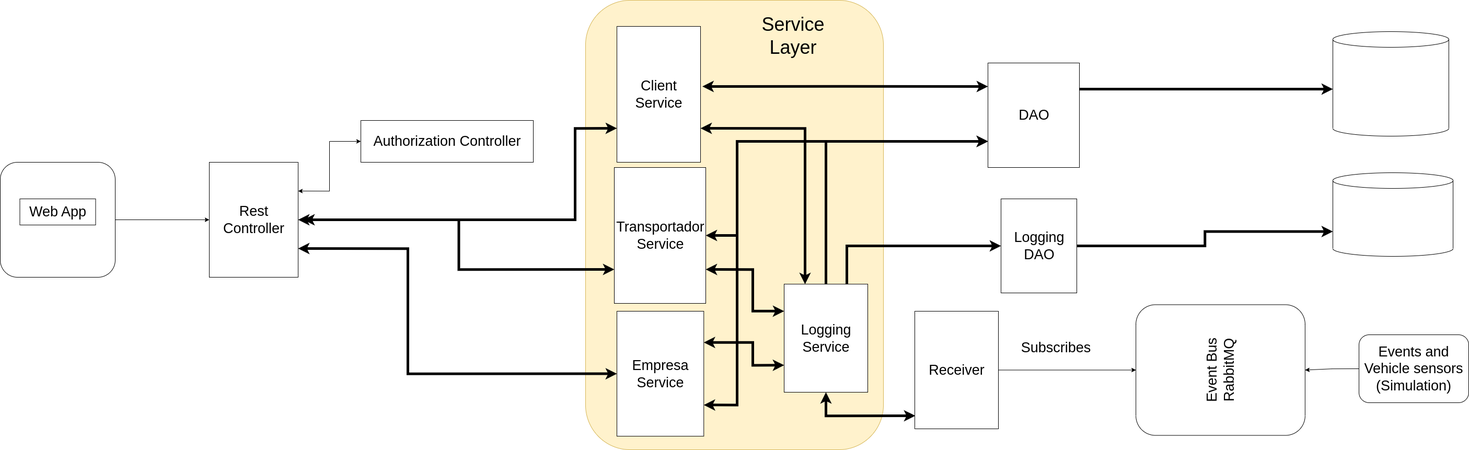
This is reports/diagrams/architecture.png from RLPR-org/LogiPack, a draw.io export, as it was before one commit. Source tidied: cells renumbered, new cells last; positions are measured from the earlier drawing's top-left corner, leaving out a move shared by most shapes.
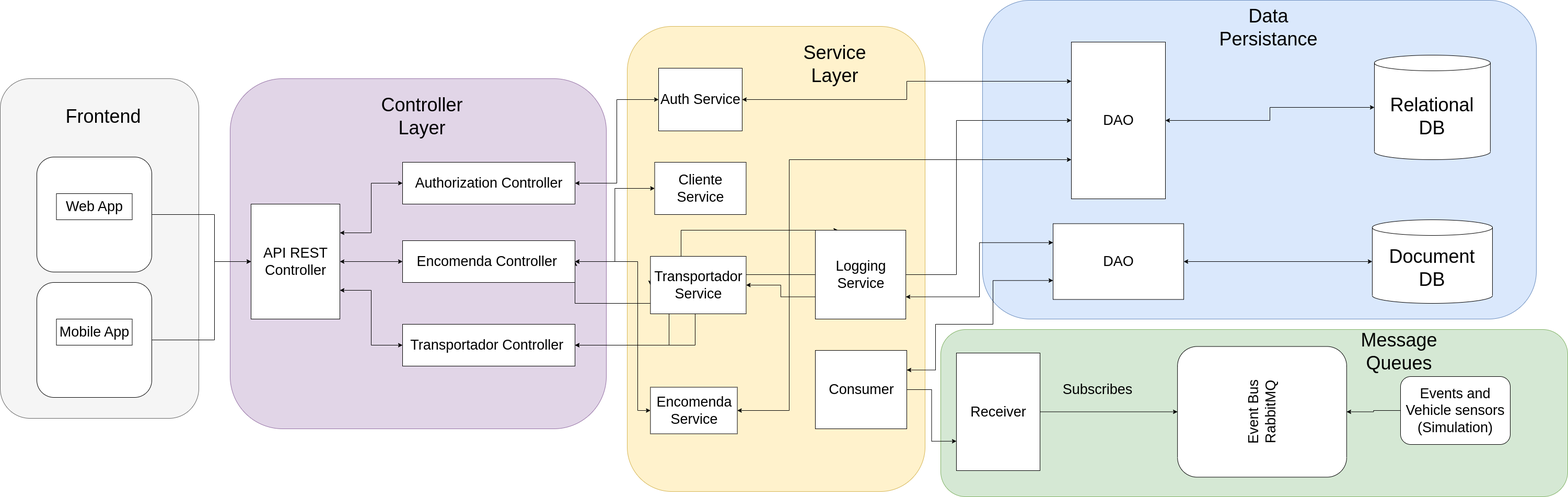
After the change.

Change to the diagram source:
```diff
@@ -4,4 +4,16 @@
     <mxCell id="1" parent="0" />
+    <mxCell id="39" style="rounded=1;whiteSpace=wrap;html=1;fillColor=#f5f5f5;strokeColor=#666666;fontColor=#333333;" parent="1" vertex="1">
+      <mxGeometry x="-80" y="70" width="380" height="650" as="geometry" />
+    </mxCell>
+    <mxCell id="40" style="rounded=1;whiteSpace=wrap;html=1;fillColor=#d5e8d4;strokeColor=#82b366;" parent="1" vertex="1">
+      <mxGeometry x="1720" y="550" width="1200" height="320" as="geometry" />
+    </mxCell>
+    <mxCell id="41" style="rounded=1;whiteSpace=wrap;html=1;fillColor=#e1d5e7;strokeColor=#9673a6;" parent="1" vertex="1">
+      <mxGeometry x="360" y="70" width="720" height="670" as="geometry" />
+    </mxCell>
+    <mxCell id="42" style="rounded=1;whiteSpace=wrap;html=1;fillColor=#dae8fc;strokeColor=#6c8ebf;" parent="1" vertex="1">
+      <mxGeometry x="1800" y="-80" width="1060" height="610" as="geometry" />
+    </mxCell>
     <mxCell id="2" style="rounded=1;whiteSpace=wrap;html=1;fillColor=#fff2cc;strokeColor=#d6b656;" parent="1" vertex="1">
-      <mxGeometry x="1120" width="570" height="860" as="geometry" />
+      <mxGeometry x="1120" y="-30" width="570" height="890" as="geometry" />
     </mxCell>
@@ -19,5 +31,5 @@
     </mxCell>
-    <mxCell id="7" style="edgeStyle=orthogonalEdgeStyle;rounded=0;jettySize=auto;html=1;exitX=0.006;exitY=0.889;exitDx=0;exitDy=0;entryX=0.5;entryY=1;entryDx=0;entryDy=0;strokeWidth=5;fontSize=27;startArrow=classic;startFill=1;exitPerimeter=0;" parent="1" edge="1" source="8" target="27">
-      <mxGeometry relative="1" as="geometry" />
-    </mxCell>
+    <mxCell id="43" style="edgeStyle=orthogonalEdgeStyle;rounded=0;jettySize=auto;html=1;exitX=0;exitY=0.75;exitDx=0;exitDy=0;entryX=1;entryY=0.5;entryDx=0;entryDy=0;startArrow=classic;startFill=1;endArrow=none;endFill=0;" parent="1" edge="1" source="8" target="58">
+      <mxGeometry relative="1" as="geometry" />
+    </mxCell>
     <mxCell id="8" value="Receiver" style="html=1;fontSize=27;" parent="1" vertex="1">
@@ -28,11 +40,2 @@
     </mxCell>
-    <mxCell id="10" style="group;" parent="1" vertex="1">
-      <mxGeometry y="270" width="220" height="260" as="geometry" />
-    </mxCell>
-    <mxCell id="11" style="rounded=1;whiteSpace=wrap;html=1;" parent="10" vertex="1">
-      <mxGeometry y="40" width="220" height="220" as="geometry" />
-    </mxCell>
-    <mxCell id="12" value="Web App" style="html=1;fontSize=27;" parent="10" vertex="1">
-      <mxGeometry x="37.5" y="110" width="145" height="50" as="geometry" />
-    </mxCell>
     <mxCell id="13" style="edgeStyle=orthogonalEdgeStyle;rounded=0;jettySize=auto;html=1;exitX=1;exitY=0.25;exitDx=0;exitDy=0;entryX=0;entryY=0.5;entryDx=0;entryDy=0;fontSize=27;startArrow=classic;startFill=1;" parent="1" edge="1" source="16" target="18">
@@ -40,16 +43,9 @@
     </mxCell>
-    <mxCell id="14" style="edgeStyle=orthogonalEdgeStyle;rounded=0;jumpSize=6;jettySize=auto;html=1;entryX=0;entryY=0.75;entryDx=0;entryDy=0;strokeWidth=5;startArrow=classic;startFill=1;" parent="1" edge="1" target="32">
-      <mxGeometry relative="1" as="geometry">
-        <mxPoint x="580" y="420" as="sourcePoint" />
-      </mxGeometry>
-    </mxCell>
-    <mxCell id="15" style="edgeStyle=orthogonalEdgeStyle;rounded=0;jumpSize=6;jettySize=auto;html=1;exitX=1;exitY=0.75;exitDx=0;exitDy=0;entryX=0;entryY=0.5;entryDx=0;entryDy=0;strokeWidth=5;startArrow=classic;startFill=1;" parent="1" edge="1" source="16" target="35">
-      <mxGeometry relative="1" as="geometry">
-        <Array as="points">
-          <mxPoint x="780" y="475" />
-          <mxPoint x="780" y="714" />
-        </Array>
-      </mxGeometry>
-    </mxCell>
+    <mxCell id="44" style="edgeStyle=orthogonalEdgeStyle;rounded=0;jettySize=auto;html=1;exitX=1;exitY=0.5;exitDx=0;exitDy=0;entryX=0;entryY=0.5;entryDx=0;entryDy=0;startArrow=classic;startFill=1;" parent="1" edge="1" source="16" target="54">
+      <mxGeometry relative="1" as="geometry" />
+    </mxCell>
+    <mxCell id="45" style="edgeStyle=orthogonalEdgeStyle;rounded=0;jettySize=auto;html=1;exitX=1;exitY=0.75;exitDx=0;exitDy=0;entryX=0;entryY=0.5;entryDx=0;entryDy=0;startArrow=classic;startFill=1;" parent="1" edge="1" source="16" target="56">
+      <mxGeometry relative="1" as="geometry" />
+    </mxCell>
-    <mxCell id="16" value="Rest&lt;br&gt;Controller" style="html=1;fontSize=27;" parent="1" vertex="1">
+    <mxCell id="16" value="API REST&lt;br&gt;Controller" style="html=1;fontSize=27;" parent="1" vertex="1">
       <mxGeometry x="400" y="310" width="170" height="220" as="geometry" />
@@ -57,4 +53,12 @@
     <mxCell id="17" style="edgeStyle=orthogonalEdgeStyle;rounded=0;jettySize=auto;html=1;exitX=1;exitY=0.5;exitDx=0;exitDy=0;entryX=0;entryY=0.5;entryDx=0;entryDy=0;fontSize=27;" parent="1" edge="1" source="11" target="16">
-      <mxGeometry relative="1" as="geometry" />
+      <mxGeometry relative="1" as="geometry">
+        <Array as="points">
+          <mxPoint x="330" y="330" />
+          <mxPoint x="330" y="420" />
+        </Array>
+      </mxGeometry>
     </mxCell>
+    <mxCell id="46" style="edgeStyle=orthogonalEdgeStyle;rounded=0;jettySize=auto;html=1;exitX=1;exitY=0.5;exitDx=0;exitDy=0;entryX=0;entryY=0.5;entryDx=0;entryDy=0;startArrow=classic;startFill=1;" parent="1" edge="1" source="18" target="24">
+      <mxGeometry relative="1" as="geometry" />
+    </mxCell>
     <mxCell id="18" value="Authorization Controller" style="html=1;fontSize=27;fillColor=#FFFFFF;" parent="1" vertex="1">
@@ -62,94 +66,153 @@
     </mxCell>
-    <mxCell id="19" style="edgeStyle=orthogonalEdgeStyle;rounded=0;jettySize=auto;html=1;exitX=1;exitY=0.5;exitDx=0;exitDy=0;strokeWidth=5;fontSize=27;startArrow=classic;startFill=1;entryX=0;entryY=0.75;entryDx=0;entryDy=0;" parent="1" edge="1" source="16" target="24">
-      <mxGeometry relative="1" as="geometry">
-        <Array as="points">
-          <mxPoint x="1100" y="420" />
-          <mxPoint x="1100" y="245" />
-        </Array>
-      </mxGeometry>
-    </mxCell>
-    <mxCell id="20" style="edgeStyle=orthogonalEdgeStyle;rounded=0;jumpSize=6;jettySize=auto;html=1;exitX=1;exitY=0.25;exitDx=0;exitDy=0;strokeWidth=5;" parent="1" edge="1" source="21">
-      <mxGeometry relative="1" as="geometry">
-        <mxPoint x="2550" y="170" as="targetPoint" />
-        <Array as="points">
-          <mxPoint x="2530" y="170" />
-        </Array>
-      </mxGeometry>
-    </mxCell>
+    <mxCell id="47" style="edgeStyle=orthogonalEdgeStyle;rounded=0;jettySize=auto;html=1;exitX=0;exitY=0.25;exitDx=0;exitDy=0;entryX=1;entryY=0.5;entryDx=0;entryDy=0;startArrow=classic;startFill=1;" parent="1" edge="1" source="21" target="24">
+      <mxGeometry relative="1" as="geometry" />
+    </mxCell>
+    <mxCell id="48" style="edgeStyle=orthogonalEdgeStyle;rounded=0;jettySize=auto;html=1;exitX=1;exitY=0.5;exitDx=0;exitDy=0;entryX=0;entryY=0.5;entryDx=0;entryDy=0;entryPerimeter=0;startArrow=classic;startFill=1;endArrow=classic;endFill=1;" parent="1" edge="1" source="21" target="37">
+      <mxGeometry relative="1" as="geometry" />
+    </mxCell>
+    <mxCell id="49" style="edgeStyle=orthogonalEdgeStyle;rounded=0;jettySize=auto;html=1;exitX=0;exitY=0.75;exitDx=0;exitDy=0;entryX=1;entryY=0.5;entryDx=0;entryDy=0;startArrow=classic;startFill=1;endArrow=classic;endFill=1;" parent="1" edge="1" source="21" target="59">
+      <mxGeometry relative="1" as="geometry">
+        <Array as="points">
+          <mxPoint x="1430" y="225" />
+          <mxPoint x="1430" y="705" />
+        </Array>
+      </mxGeometry>
+    </mxCell>
     <mxCell id="21" value="DAO" style="html=1;fontSize=27;fillColor=#FFFFFF;" parent="1" vertex="1">
-      <mxGeometry x="1890" y="120" width="175" height="200" as="geometry" />
+      <mxGeometry x="1970" width="180" height="300" as="geometry" />
     </mxCell>
-    <mxCell id="22" style="edgeStyle=orthogonalEdgeStyle;rounded=0;jettySize=auto;html=1;strokeWidth=5;fontSize=27;startArrow=classic;startFill=1;exitX=1.022;exitY=0.442;exitDx=0;exitDy=0;exitPerimeter=0;" parent="1" edge="1" source="24">
-      <mxGeometry relative="1" as="geometry">
-        <mxPoint x="1890" y="165" as="targetPoint" />
-      </mxGeometry>
-    </mxCell>
-    <mxCell id="23" style="edgeStyle=orthogonalEdgeStyle;rounded=0;jumpSize=6;jettySize=auto;html=1;exitX=1;exitY=0.75;exitDx=0;exitDy=0;entryX=0.25;entryY=0;entryDx=0;entryDy=0;strokeWidth=5;startArrow=classic;startFill=1;" parent="1" edge="1" source="24" target="27">
-      <mxGeometry relative="1" as="geometry" />
-    </mxCell>
-    <mxCell id="24" value="Client &lt;br&gt;Service" style="html=1;fontSize=27;fillColor=#FFFFFF;" parent="1" vertex="1">
-      <mxGeometry x="1180" y="50" width="160" height="260" as="geometry" />
+    <mxCell id="24" value="Auth Service" style="html=1;fontSize=27;fillColor=#FFFFFF;" parent="1" vertex="1">
+      <mxGeometry x="1180" y="50" width="160" height="120" as="geometry" />
     </mxCell>
-    <mxCell id="25" style="edgeStyle=orthogonalEdgeStyle;rounded=0;jettySize=auto;html=1;exitX=0.5;exitY=0;exitDx=0;exitDy=0;jumpSize=6;strokeWidth=5;entryX=0;entryY=0.75;entryDx=0;entryDy=0;" parent="1" edge="1" source="27" target="21">
-      <mxGeometry relative="1" as="geometry" />
-    </mxCell>
-    <mxCell id="26" style="edgeStyle=orthogonalEdgeStyle;rounded=0;jumpSize=6;jettySize=auto;html=1;exitX=0.75;exitY=0;exitDx=0;exitDy=0;entryX=0;entryY=0.5;entryDx=0;entryDy=0;strokeWidth=5;" parent="1" edge="1" source="27" target="29">
-      <mxGeometry relative="1" as="geometry" />
-    </mxCell>
-    <mxCell id="27" value="Logging &lt;br&gt;Service" style="html=1;fontSize=27;fillColor=#FFFFFF;" parent="1" vertex="1">
-      <mxGeometry x="1500" y="543.1" width="160" height="206.9" as="geometry" />
-    </mxCell>
-    <mxCell id="28" style="edgeStyle=orthogonalEdgeStyle;rounded=0;jumpSize=6;jettySize=auto;html=1;exitX=1;exitY=0.5;exitDx=0;exitDy=0;strokeWidth=5;entryX=0;entryY=0;entryDx=0;entryDy=112.5;entryPerimeter=0;" parent="1" edge="1" source="29" target="38">
-      <mxGeometry relative="1" as="geometry" />
-    </mxCell>
-    <mxCell id="29" value="Logging &lt;br&gt;DAO" style="html=1;fontSize=27;fillColor=#FFFFFF;" parent="1" vertex="1">
-      <mxGeometry x="1915" y="380" width="145" height="180" as="geometry" />
-    </mxCell>
-    <mxCell id="30" style="edgeStyle=orthogonalEdgeStyle;rounded=0;jumpSize=6;jettySize=auto;html=1;exitX=1;exitY=0.75;exitDx=0;exitDy=0;entryX=0;entryY=0.25;entryDx=0;entryDy=0;strokeWidth=5;startArrow=classic;startFill=1;" parent="1" edge="1" source="32" target="27">
-      <mxGeometry relative="1" as="geometry">
-        <Array as="points">
-          <mxPoint x="1440" y="515" />
-          <mxPoint x="1440" y="595" />
-        </Array>
-      </mxGeometry>
-    </mxCell>
-    <mxCell id="31" style="edgeStyle=orthogonalEdgeStyle;rounded=0;jumpSize=6;jettySize=auto;html=1;exitX=1;exitY=0.5;exitDx=0;exitDy=0;entryX=0;entryY=0.75;entryDx=0;entryDy=0;strokeWidth=5;startArrow=classic;startFill=1;" parent="1" edge="1" source="32" target="21">
-      <mxGeometry relative="1" as="geometry">
-        <Array as="points">
-          <mxPoint x="1410" y="450" />
-          <mxPoint x="1410" y="270" />
-        </Array>
-      </mxGeometry>
-    </mxCell>
-    <mxCell id="32" value="Transportador &lt;br&gt;Service" style="html=1;fontSize=27;fillColor=#FFFFFF;" parent="1" vertex="1">
-      <mxGeometry x="1175" y="320" width="175" height="260" as="geometry" />
+    <mxCell id="32" value="Cliente&lt;br&gt;Service" style="html=1;fontSize=27;fillColor=#FFFFFF;" parent="1" vertex="1">
+      <mxGeometry x="1172.5" y="230" width="175" height="100" as="geometry" />
     </mxCell>
-    <mxCell id="33" style="edgeStyle=orthogonalEdgeStyle;rounded=0;jumpSize=6;jettySize=auto;html=1;exitX=1;exitY=0.25;exitDx=0;exitDy=0;entryX=0;entryY=0.75;entryDx=0;entryDy=0;strokeWidth=5;startArrow=classic;startFill=1;" parent="1" edge="1" source="35" target="27">
-      <mxGeometry relative="1" as="geometry">
-        <Array as="points">
-          <mxPoint x="1440" y="655" />
-          <mxPoint x="1440" y="698" />
-        </Array>
-      </mxGeometry>
-    </mxCell>
-    <mxCell id="34" style="edgeStyle=orthogonalEdgeStyle;rounded=0;jumpSize=6;jettySize=auto;html=1;exitX=1;exitY=0.75;exitDx=0;exitDy=0;entryX=0;entryY=0.75;entryDx=0;entryDy=0;strokeWidth=5;startArrow=classic;startFill=1;" parent="1" edge="1" source="35" target="21">
-      <mxGeometry relative="1" as="geometry">
-        <Array as="points">
-          <mxPoint x="1410" y="774" />
-          <mxPoint x="1410" y="270" />
-        </Array>
-      </mxGeometry>
-    </mxCell>
-    <mxCell id="35" value="Empresa&lt;br&gt;Service" style="html=1;fontSize=27;fillColor=#FFFFFF;" parent="1" vertex="1">
-      <mxGeometry x="1180" y="595" width="166.2" height="239.1" as="geometry" />
-    </mxCell>
     <mxCell id="36" value="&lt;font style=&quot;font-size: 36px;&quot;&gt;Service Layer&lt;/font&gt;" style="text;html=1;strokeColor=none;fillColor=none;align=center;verticalAlign=middle;whiteSpace=wrap;rounded=0;" parent="1" vertex="1">
-      <mxGeometry x="1410" y="26.2" width="215" height="83.8" as="geometry" />
+      <mxGeometry x="1410" width="215" height="83.8" as="geometry" />
     </mxCell>
     <mxCell id="37" style="shape=cylinder3;whiteSpace=wrap;html=1;boundedLbl=1;backgroundOutline=1;size=15;" parent="1" vertex="1">
-      <mxGeometry x="2550" y="60" width="221.9" height="200" as="geometry" />
+      <mxGeometry x="2550" y="25" width="221.9" height="200" as="geometry" />
     </mxCell>
     <mxCell id="38" style="shape=cylinder3;whiteSpace=wrap;html=1;boundedLbl=1;backgroundOutline=1;size=15;" parent="1" vertex="1">
-      <mxGeometry x="2550" y="330" width="230" height="160" as="geometry" />
+      <mxGeometry x="2545.9" y="340" width="230" height="160" as="geometry" />
     </mxCell>
+    <mxCell id="50" style="edgeStyle=orthogonalEdgeStyle;rounded=0;jettySize=auto;html=1;exitX=1;exitY=0.5;exitDx=0;exitDy=0;entryX=0;entryY=0.5;entryDx=0;entryDy=0;" parent="1" edge="1" source="72" target="16">
+      <mxGeometry relative="1" as="geometry">
+        <Array as="points">
+          <mxPoint x="330" y="570" />
+          <mxPoint x="330" y="420" />
+        </Array>
+      </mxGeometry>
+    </mxCell>
+    <mxCell id="51" style="edgeStyle=orthogonalEdgeStyle;rounded=0;jettySize=auto;html=1;exitX=1;exitY=0.5;exitDx=0;exitDy=0;entryX=0;entryY=0.5;entryDx=0;entryDy=0;startArrow=classic;startFill=1;" parent="1" edge="1" source="54" target="32">
+      <mxGeometry relative="1" as="geometry" />
+    </mxCell>
+    <mxCell id="52" style="edgeStyle=orthogonalEdgeStyle;rounded=0;jettySize=auto;html=1;exitX=1;exitY=0.5;exitDx=0;exitDy=0;entryX=0;entryY=0.5;entryDx=0;entryDy=0;startArrow=classic;startFill=1;endArrow=classic;endFill=1;" parent="1" edge="1" source="54" target="59">
+      <mxGeometry relative="1" as="geometry">
+        <Array as="points">
+          <mxPoint x="1140" y="420" />
+          <mxPoint x="1140" y="705" />
+        </Array>
+      </mxGeometry>
+    </mxCell>
+    <mxCell id="53" style="edgeStyle=orthogonalEdgeStyle;rounded=0;jettySize=auto;html=1;exitX=1;exitY=0.5;exitDx=0;exitDy=0;entryX=0.25;entryY=0;entryDx=0;entryDy=0;startArrow=classic;startFill=1;endArrow=classic;endFill=1;" parent="1" edge="1" source="54" target="35">
+      <mxGeometry relative="1" as="geometry">
+        <Array as="points">
+          <mxPoint x="1020" y="500" />
+          <mxPoint x="1223" y="500" />
+        </Array>
+      </mxGeometry>
+    </mxCell>
+    <mxCell id="54" value="Encomenda Controller&amp;nbsp;" style="html=1;fontSize=27;fillColor=#FFFFFF;" parent="1" vertex="1">
+      <mxGeometry x="690" y="380" width="330" height="80" as="geometry" />
+    </mxCell>
+    <mxCell id="55" style="edgeStyle=orthogonalEdgeStyle;rounded=0;jettySize=auto;html=1;exitX=1;exitY=0.5;exitDx=0;exitDy=0;entryX=0;entryY=0.5;entryDx=0;entryDy=0;startArrow=classic;startFill=1;endArrow=none;endFill=0;" parent="1" edge="1" source="56" target="35">
+      <mxGeometry relative="1" as="geometry" />
+    </mxCell>
+    <mxCell id="56" value="Transportador Controller&amp;nbsp;" style="html=1;fontSize=27;fillColor=#FFFFFF;" parent="1" vertex="1">
+      <mxGeometry x="690" y="540" width="330" height="80" as="geometry" />
+    </mxCell>
+    <mxCell id="57" style="edgeStyle=orthogonalEdgeStyle;rounded=0;jettySize=auto;html=1;exitX=1;exitY=0.25;exitDx=0;exitDy=0;entryX=0;entryY=0.75;entryDx=0;entryDy=0;startArrow=classic;startFill=1;endArrow=classic;endFill=1;" parent="1" edge="1" source="58" target="65">
+      <mxGeometry relative="1" as="geometry">
+        <Array as="points">
+          <mxPoint x="1710" y="628" />
+          <mxPoint x="1710" y="540" />
+          <mxPoint x="1820" y="540" />
+          <mxPoint x="1820" y="456" />
+        </Array>
+      </mxGeometry>
+    </mxCell>
+    <mxCell id="58" value="Consumer" style="html=1;fontSize=27;fillColor=#FFFFFF;" parent="1" vertex="1">
+      <mxGeometry x="1480" y="590" width="175" height="150" as="geometry" />
+    </mxCell>
+    <mxCell id="59" value="Encomenda&lt;br&gt;Service" style="html=1;fontSize=27;fillColor=#FFFFFF;" parent="1" vertex="1">
+      <mxGeometry x="1164.4" y="660.5" width="166.2" height="89.1" as="geometry" />
+    </mxCell>
+    <mxCell id="60" style="edgeStyle=orthogonalEdgeStyle;rounded=0;jettySize=auto;html=1;exitX=0;exitY=0.5;exitDx=0;exitDy=0;entryX=1;entryY=0.5;entryDx=0;entryDy=0;startArrow=classic;startFill=1;endArrow=classic;endFill=1;" parent="1" edge="1" source="61" target="56">
+      <mxGeometry relative="1" as="geometry">
+        <Array as="points">
+          <mxPoint x="1200" y="455" />
+          <mxPoint x="1200" y="580" />
+        </Array>
+      </mxGeometry>
+    </mxCell>
+    <mxCell id="34" style="edgeStyle=orthogonalEdgeStyle;rounded=0;jettySize=auto;html=1;exitX=1;exitY=0.5;exitDx=0;exitDy=0;startArrow=none;startFill=1;endArrow=classic;endFill=1;" parent="1" edge="1" source="35" target="21">
+      <mxGeometry relative="1" as="geometry">
+        <Array as="points">
+          <mxPoint x="1750" y="445" />
+          <mxPoint x="1750" y="150" />
+        </Array>
+      </mxGeometry>
+    </mxCell>
+    <mxCell id="61" value="Transportador&lt;br&gt;Service" style="html=1;fontSize=27;fillColor=#FFFFFF;" parent="1" vertex="1">
+      <mxGeometry x="1164.4" y="410" width="183.1" height="110" as="geometry" />
+    </mxCell>
+    <mxCell id="62" style="edgeStyle=orthogonalEdgeStyle;rounded=0;jettySize=auto;html=1;exitX=1;exitY=0.75;exitDx=0;exitDy=0;entryX=0;entryY=0.25;entryDx=0;entryDy=0;startArrow=classic;startFill=1;endArrow=classic;endFill=1;" parent="1" edge="1" source="35" target="65">
+      <mxGeometry relative="1" as="geometry" />
+    </mxCell>
+    <mxCell id="35" value="Logging&lt;br&gt;Service" style="html=1;fontSize=27;fillColor=#FFFFFF;" parent="1" vertex="1">
+      <mxGeometry x="1480" y="360" width="173.1" height="170" as="geometry" />
+    </mxCell>
+    <mxCell id="63" style="edgeStyle=orthogonalEdgeStyle;rounded=0;jettySize=auto;html=1;exitX=1;exitY=0.5;exitDx=0;exitDy=0;startArrow=classic;startFill=1;endArrow=none;endFill=1;entryX=0;entryY=0.75;entryDx=0;entryDy=0;" parent="1" edge="1" source="61" target="35">
+      <mxGeometry relative="1" as="geometry" />
+    </mxCell>
+    <mxCell id="64" style="edgeStyle=orthogonalEdgeStyle;rounded=0;jettySize=auto;html=1;exitX=1;exitY=0.5;exitDx=0;exitDy=0;entryX=0;entryY=0.5;entryDx=0;entryDy=0;entryPerimeter=0;startArrow=classic;startFill=1;endArrow=classic;endFill=1;" parent="1" edge="1" source="65" target="38">
+      <mxGeometry relative="1" as="geometry" />
+    </mxCell>
+    <mxCell id="65" value="DAO" style="html=1;fontSize=27;fillColor=#FFFFFF;" parent="1" vertex="1">
+      <mxGeometry x="1935" y="347.5" width="250" height="145" as="geometry" />
+    </mxCell>
+    <mxCell id="66" value="&lt;font style=&quot;font-size: 36px;&quot;&gt;Data Persistance&lt;/font&gt;" style="text;html=1;strokeColor=none;fillColor=none;align=center;verticalAlign=middle;whiteSpace=wrap;rounded=0;" parent="1" vertex="1">
+      <mxGeometry x="2240" y="-70" width="215" height="83.8" as="geometry" />
+    </mxCell>
+    <mxCell id="67" value="&lt;font style=&quot;font-size: 36px;&quot;&gt;Relational DB&lt;/font&gt;" style="text;html=1;strokeColor=none;fillColor=none;align=center;verticalAlign=middle;whiteSpace=wrap;rounded=0;" parent="1" vertex="1">
+      <mxGeometry x="2553.4" y="100" width="215" height="83.8" as="geometry" />
+    </mxCell>
+    <mxCell id="68" value="&lt;font style=&quot;font-size: 36px;&quot;&gt;Document DB&lt;/font&gt;" style="text;html=1;strokeColor=none;fillColor=none;align=center;verticalAlign=middle;whiteSpace=wrap;rounded=0;" parent="1" vertex="1">
+      <mxGeometry x="2553.4" y="390" width="215" height="83.8" as="geometry" />
+    </mxCell>
+    <mxCell id="69" value="&lt;font style=&quot;font-size: 36px;&quot;&gt;Controller Layer&lt;/font&gt;" style="text;html=1;strokeColor=none;fillColor=none;align=center;verticalAlign=middle;whiteSpace=wrap;rounded=0;" parent="1" vertex="1">
+      <mxGeometry x="620" y="100" width="215" height="83.8" as="geometry" />
+    </mxCell>
+    <mxCell id="11" style="rounded=1;whiteSpace=wrap;html=1;" parent="1" vertex="1">
+      <mxGeometry x="-10" y="220" width="220" height="220" as="geometry" />
+    </mxCell>
+    <mxCell id="12" value="Web App" style="html=1;fontSize=27;" parent="1" vertex="1">
+      <mxGeometry x="27.5" y="290" width="145" height="50" as="geometry" />
+    </mxCell>
+    <mxCell id="70" value="&lt;font style=&quot;font-size: 36px;&quot;&gt;Frontend&lt;/font&gt;" style="text;html=1;strokeColor=none;fillColor=none;align=center;verticalAlign=middle;whiteSpace=wrap;rounded=0;" parent="1" vertex="1">
+      <mxGeometry x="10" y="100" width="215" height="83.8" as="geometry" />
+    </mxCell>
+    <mxCell id="71" style="group;" parent="1" vertex="1">
+      <mxGeometry x="-10" y="420" width="220" height="260" as="geometry" />
+    </mxCell>
+    <mxCell id="72" style="rounded=1;whiteSpace=wrap;html=1;" parent="71" vertex="1">
+      <mxGeometry y="40" width="220" height="220" as="geometry" />
+    </mxCell>
+    <mxCell id="73" value="Mobile App" style="html=1;fontSize=27;" parent="71" vertex="1">
+      <mxGeometry x="37.5" y="110" width="145" height="50" as="geometry" />
+    </mxCell>
+    <mxCell id="74" value="&lt;font style=&quot;font-size: 36px;&quot;&gt;Message Queues&lt;/font&gt;" style="text;html=1;strokeColor=none;fillColor=none;align=center;verticalAlign=middle;whiteSpace=wrap;rounded=0;" parent="1" vertex="1">
+      <mxGeometry x="2490" y="550" width="215" height="83.8" as="geometry" />
+    </mxCell>
   </root>
```
